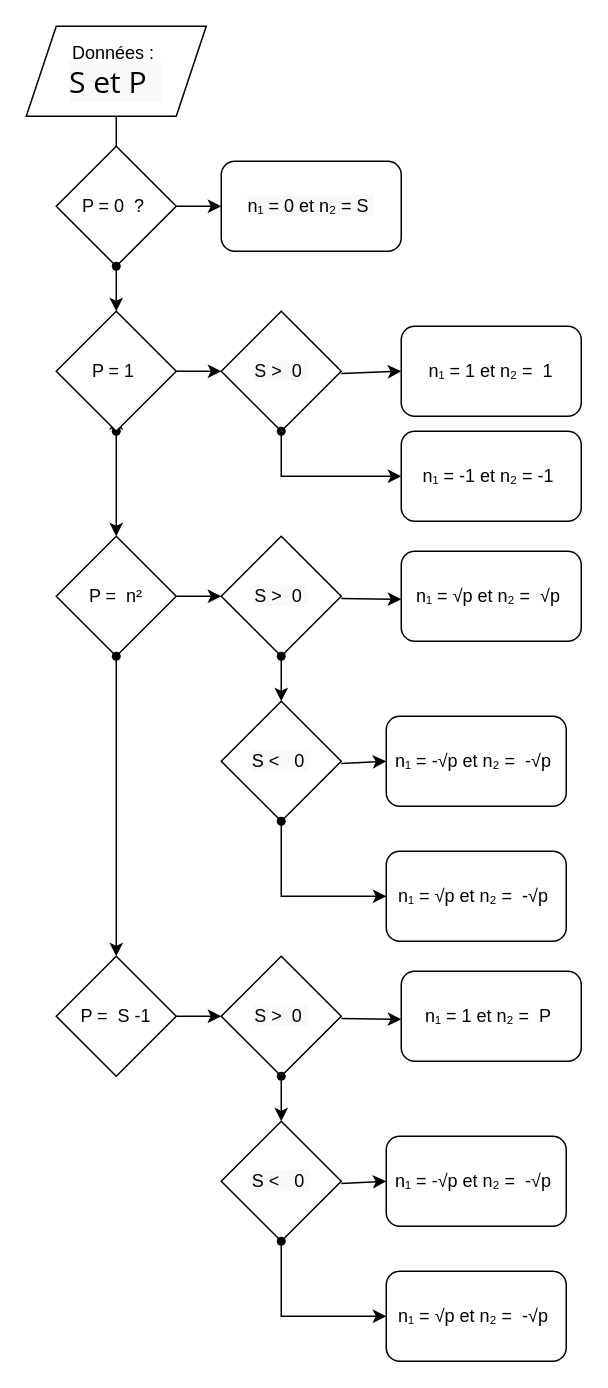
The draw.io diagram Algorithmique/Figures/Deroule.drawio in dhenin/Repository, before the edit. Source tidied: cells renumbered, new cells numbered last; positions are measured from the earlier drawing's top-left corner, leaving out a move shared by most shapes. Both pictures are drawn from the tidied source at 150%, with x=0, y=0 at pixel (26, 26).
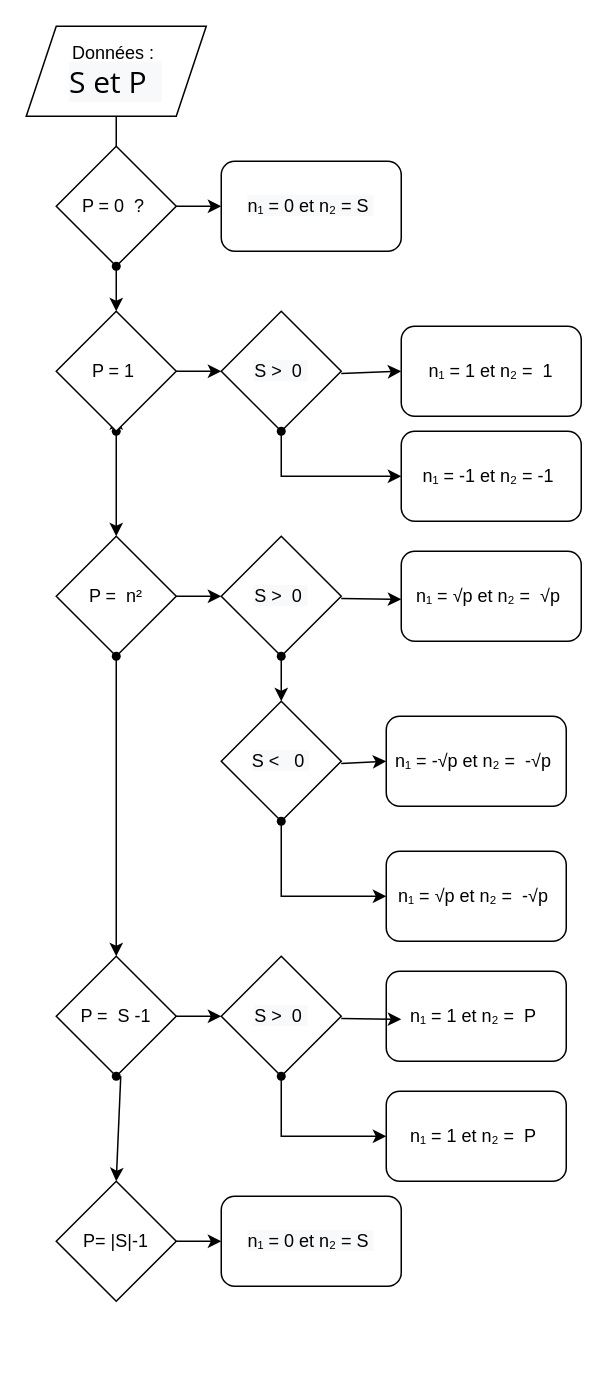
After the change.

Commit message (it also covers changes not shown here):
Mettre à jour Deroule.drawio

Unchanged cells that the change refers to:
```xml
<mxCell id="48" value="P =&amp;nbsp; S -1" style="rhombus;whiteSpace=wrap;html=1;" parent="1" vertex="1">
  <mxGeometry x="20" y="620" width="80" height="80" as="geometry" />
</mxCell>
```

What changed in the source:
```diff
@@
-    <mxCell id="35" style="endArrow=classic;html=1;rounded=0;exitDx=0;exitDy=0;" parent="1" edge="1" source="48">
+    <mxCell id="35" style="endArrow=classic;html=1;rounded=0;exitDx=0;exitDy=0;" parent="1" edge="1" source="53">
       <mxGeometry relative="1" as="geometry">
         <mxPoint x="59.5" y="695" as="targetPoint" />
         <Array as="points">
           <mxPoint x="60" y="670" />
         </Array>
       </mxGeometry>
     </mxCell>
@@
     <mxCell id="39" value="n₁ = 1 et n₂ =&amp;nbsp; P&amp;nbsp;" style="rounded=1;whiteSpace=wrap;html=1;" parent="1" vertex="1">
-      <mxGeometry x="250" y="630" width="120" height="60" as="geometry" />
+      <mxGeometry x="240" y="630" width="120" height="60" as="geometry" />
     </mxCell>
@@
-    <mxCell id="41" value="n₁ = -√p et n₂ =&amp;nbsp; -√p&amp;nbsp;" style="rounded=1;whiteSpace=wrap;html=1;" parent="1" vertex="1">
-      <mxGeometry x="240" y="740" width="120" height="60" as="geometry" />
+    <mxCell id="41" value="n₁ = 1 et n₂ =&amp;nbsp; P&amp;nbsp;" style="rounded=1;whiteSpace=wrap;html=1;" parent="1" vertex="1">
+      <mxGeometry x="240" y="710" width="120" height="60" as="geometry" />
     </mxCell>
-    <mxCell id="42" value="&lt;span style=&quot;color: rgb(0, 0, 0); font-family: Helvetica, &amp;quot;VP Default&amp;quot;; font-size: 12px; font-style: normal; font-variant-ligatures: normal; font-variant-caps: normal; font-weight: 400; letter-spacing: normal; orphans: 2; text-align: center; text-indent: 0px; text-transform: none; widows: 2; word-spacing: 0px; -webkit-text-stroke-width: 0px; background-color: rgb(248, 249, 250); text-decoration-thickness: initial; text-decoration-style: initial; text-decoration-color: initial; float: none; display: inline !important;&quot;&gt;S &amp;lt;&amp;nbsp;&amp;nbsp; 0&amp;nbsp;&lt;/span&gt;" style="rhombus;whiteSpace=wrap;html=1;" parent="1" vertex="1">
-      <mxGeometry x="130" y="730" width="80" height="80" as="geometry" />
-    </mxCell>
-    <mxCell id="43" style="shape=waypoint;sketch=0;fillStyle=solid;size=6;fillColor=none;perimeter=centerPerimeter;" parent="1" vertex="1">
-      <mxGeometry x="160" y="800" width="20" height="20" as="geometry" />
-    </mxCell>
-    <mxCell id="44" value="n₁ = √p et n₂ =&amp;nbsp; -√p&amp;nbsp;" style="rounded=1;whiteSpace=wrap;html=1;" parent="1" vertex="1">
-      <mxGeometry x="240" y="830" width="120" height="60" as="geometry" />
-    </mxCell>
-    <mxCell id="45" style="endArrow=classic;html=1;rounded=0;exitX=1;exitY=0.5;exitDx=0;exitDy=0;entryX=0.5;entryY=0;entryDx=0;entryDy=0;" parent="1" edge="1" target="42">
+    <mxCell id="45" style="endArrow=classic;html=1;rounded=0;exitX=1;exitY=0.5;exitDx=0;exitDy=0;entryX=0;entryY=0.5;entryDx=0;entryDy=0;" parent="1" edge="1" target="41">
       <mxGeometry relative="1" as="geometry">
         <mxPoint x="170" y="700" as="sourcePoint" />
+        <Array as="points">
+          <mxPoint x="170" y="740" />
+        </Array>
       </mxGeometry>
     </mxCell>
-    <mxCell id="46" style="endArrow=classic;html=1;rounded=0;exitX=1;exitY=0.5;exitDx=0;exitDy=0;entryX=0;entryY=0.5;entryDx=0;entryDy=0;" parent="1" edge="1" target="41">
-      <mxGeometry relative="1" as="geometry">
-        <mxPoint x="210" y="771.5" as="sourcePoint" />
-      </mxGeometry>
-    </mxCell>
-    <mxCell id="47" style="endArrow=classic;html=1;rounded=0;exitX=1;exitY=0.5;exitDx=0;exitDy=0;entryX=0;entryY=0.5;entryDx=0;entryDy=0;" parent="1" edge="1" target="44">
-      <mxGeometry relative="1" as="geometry">
-        <mxPoint x="170" y="811.5" as="sourcePoint" />
-        <Array as="points">
-          <mxPoint x="170" y="860" />
-        </Array>
-      </mxGeometry>
-    </mxCell>
@@
+    <mxCell id="52" style="endArrow=classic;html=1;rounded=0;exitDx=0;exitDy=0;" parent="1" edge="1" source="48" target="53">
+      <mxGeometry relative="1" as="geometry" />
+    </mxCell>
+    <mxCell id="53" style="shape=waypoint;sketch=0;fillStyle=solid;size=6;points=[];fillColor=none;perimeter=centerPerimeter;snapToPoint=1;" parent="1" vertex="1">
+      <mxGeometry x="50" y="690" width="20" height="20" as="geometry" />
+    </mxCell>
+    <mxCell id="54" value="P= |S|-1" style="rhombus;whiteSpace=wrap;html=1;" parent="1" vertex="1">
+      <mxGeometry x="20" y="770" width="80" height="80" as="geometry" />
+    </mxCell>
+    <mxCell id="55" style="endArrow=classic;html=1;rounded=0;exitX=1;exitY=0.5;exitDx=0;exitDy=0;" parent="1" edge="1" source="54" target="56">
+      <mxGeometry relative="1" as="geometry" />
+    </mxCell>
+    <mxCell id="56" value="&lt;span style=&quot;color: rgb(0, 0, 0); font-family: Helvetica, &amp;quot;VP Default&amp;quot;; font-size: 12px; font-style: normal; font-variant-ligatures: normal; font-variant-caps: normal; font-weight: 400; letter-spacing: normal; orphans: 2; text-align: center; text-indent: 0px; text-transform: none; widows: 2; word-spacing: 0px; -webkit-text-stroke-width: 0px; background-color: rgb(248, 249, 250); text-decoration-thickness: initial; text-decoration-style: initial; text-decoration-color: initial; float: none; display: inline !important;&quot;&gt;n₁ = 0 et n₂ = S&amp;nbsp;&lt;/span&gt;" style="rounded=1;whiteSpace=wrap;html=1;" parent="1" vertex="1">
+      <mxGeometry x="130" y="780" width="120" height="60" as="geometry" />
+    </mxCell>
+    <mxCell id="57" style="endArrow=classic;html=1;rounded=0;exitX=0.5;exitY=1;exitDx=0;exitDy=0;entryDx=0;entryDy=0;" parent="1" edge="1" source="54">
+      <mxGeometry relative="1" as="geometry">
+        <mxPoint x="60" y="850" as="targetPoint" />
+      </mxGeometry>
+    </mxCell>
+    <mxCell id="58" style="endArrow=classic;html=1;rounded=0;exitDx=0;exitDy=0;" parent="1" edge="1">
+      <mxGeometry relative="1" as="geometry">
+        <mxPoint x="63" y="700" as="sourcePoint" />
+        <mxPoint x="60" y="770" as="targetPoint" />
+      </mxGeometry>
+    </mxCell>
```
